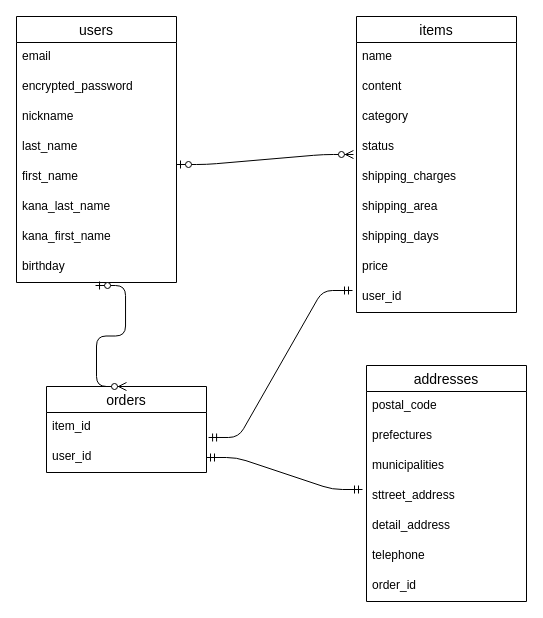
Above: ER.dio in yuki1567/furima-36889 (draw.io), before the change. Source tidied: cells renumbered, new cells numbered last; positions are measured from the earlier drawing's top-left corner, leaving out a move shared by most shapes. Both pictures are drawn from the tidied source at 100%, with x=0, y=0 at pixel (16, 16).
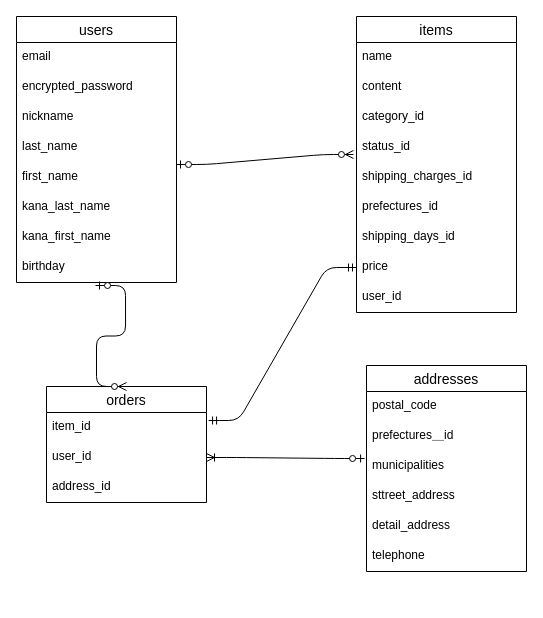
The same page after the edit.

Commit message (it also covers changes not shown here):
ER図とデータベース設計の修正

Unchanged cells that the change refers to:
```xml
<mxCell id="3" value="item_id" style="text;strokeColor=none;fillColor=none;spacingLeft=4;spacingRight=4;overflow=hidden;points=[[0,0.5],[1,0.5]];portConstraint=eastwest;fontSize=12;" parent="2" vertex="1">
  <mxGeometry y="26" width="160" height="30" as="geometry" />
</mxCell>
<mxCell id="4" value="user_id" style="text;strokeColor=none;fillColor=none;spacingLeft=4;spacingRight=4;overflow=hidden;points=[[0,0.5],[1,0.5]];portConstraint=eastwest;fontSize=12;" parent="2" vertex="1">
  <mxGeometry y="56" width="160" height="30" as="geometry" />
</mxCell>
<mxCell id="17" value="municipalities" style="text;strokeColor=none;fillColor=none;spacingLeft=4;spacingRight=4;overflow=hidden;points=[[0,0.5],[1,0.5]];portConstraint=eastwest;fontSize=12;" parent="14" vertex="1">
  <mxGeometry y="86" width="160" height="30" as="geometry" />
</mxCell>
<mxCell id="18" value="sttreet_address" style="text;strokeColor=none;fillColor=none;spacingLeft=4;spacingRight=4;overflow=hidden;points=[[0,0.5],[1,0.5]];portConstraint=eastwest;fontSize=12;" parent="14" vertex="1">
  <mxGeometry y="116" width="160" height="30" as="geometry" />
</mxCell>
<mxCell id="22" value="items" style="swimlane;fontStyle=0;horizontal=1;startSize=26;align=center;fontSize=14;" parent="1" vertex="1">
  <mxGeometry x="340" width="160" height="296" as="geometry" />
</mxCell>
<mxCell id="30" value="price" style="text;strokeColor=none;fillColor=none;spacingLeft=4;spacingRight=4;overflow=hidden;points=[[0,0.5],[1,0.5]];portConstraint=eastwest;fontSize=12;" parent="22" vertex="1">
  <mxGeometry y="236" width="160" height="30" as="geometry" />
</mxCell>
<mxCell id="31" value="user_id" style="text;strokeColor=none;fillColor=none;spacingLeft=4;spacingRight=4;overflow=hidden;points=[[0,0.5],[1,0.5]];portConstraint=eastwest;fontSize=12;" parent="22" vertex="1">
  <mxGeometry y="266" width="160" height="30" as="geometry" />
</mxCell>
```

Diff of the diagram source:
```diff
@@
     <mxCell id="2" value="orders" style="swimlane;fontStyle=0;horizontal=1;startSize=26;align=center;fontSize=14;" parent="1" vertex="1">
-      <mxGeometry x="30" y="370" width="160" height="86" as="geometry" />
+      <mxGeometry x="30" y="370" width="160" height="116" as="geometry" />
     </mxCell>
@@
+    <mxCell id="36" value="address_id" style="text;strokeColor=none;fillColor=none;spacingLeft=4;spacingRight=4;overflow=hidden;fontSize=12;" parent="2" vertex="1">
+      <mxGeometry y="86" width="160" height="30" as="geometry" />
+    </mxCell>
@@
     <mxCell id="14" value="addresses" style="swimlane;fontStyle=0;horizontal=1;startSize=26;align=center;fontSize=14;" parent="1" vertex="1">
-      <mxGeometry x="350" y="349" width="160" height="236" as="geometry" />
+      <mxGeometry x="350" y="349" width="160" height="206" as="geometry" />
     </mxCell>
@@
-    <mxCell id="16" value="prefectures" style="text;strokeColor=none;fillColor=none;spacingLeft=4;spacingRight=4;overflow=hidden;fontSize=12;" parent="14" vertex="1">
+    <mxCell id="16" value="prefectures＿id&#10;" style="text;strokeColor=none;fillColor=none;spacingLeft=4;spacingRight=4;overflow=hidden;fontSize=12;" parent="14" vertex="1">
       <mxGeometry y="56" width="160" height="30" as="geometry" />
     </mxCell>
@@
-    <mxCell id="21" value="order_id&#10;" style="text;strokeColor=none;fillColor=none;spacingLeft=4;spacingRight=4;overflow=hidden;fontSize=12;" parent="14" vertex="1">
-      <mxGeometry y="206" width="160" height="30" as="geometry" />
-    </mxCell>
@@
-    <mxCell id="25" value="category" style="text;strokeColor=none;fillColor=none;spacingLeft=4;spacingRight=4;overflow=hidden;fontSize=12;" parent="22" vertex="1">
+    <mxCell id="25" value="category_id" style="text;strokeColor=none;fillColor=none;spacingLeft=4;spacingRight=4;overflow=hidden;fontSize=12;" parent="22" vertex="1">
       <mxGeometry y="86" width="160" height="30" as="geometry" />
     </mxCell>
-    <mxCell id="26" value="status" style="text;strokeColor=none;fillColor=none;spacingLeft=4;spacingRight=4;overflow=hidden;points=[[0,0.5],[1,0.5]];portConstraint=eastwest;fontSize=12;" parent="22" vertex="1">
+    <mxCell id="26" value="status_id" style="text;strokeColor=none;fillColor=none;spacingLeft=4;spacingRight=4;overflow=hidden;points=[[0,0.5],[1,0.5]];portConstraint=eastwest;fontSize=12;" parent="22" vertex="1">
       <mxGeometry y="116" width="160" height="30" as="geometry" />
     </mxCell>
-    <mxCell id="27" value="shipping_charges" style="text;strokeColor=none;fillColor=none;spacingLeft=4;spacingRight=4;overflow=hidden;fontSize=12;" parent="22" vertex="1">
+    <mxCell id="27" value="shipping_charges_id" style="text;strokeColor=none;fillColor=none;spacingLeft=4;spacingRight=4;overflow=hidden;fontSize=12;" parent="22" vertex="1">
       <mxGeometry y="146" width="160" height="30" as="geometry" />
     </mxCell>
-    <mxCell id="28" value="shipping_area" style="text;strokeColor=none;fillColor=none;spacingLeft=4;spacingRight=4;overflow=hidden;fontSize=12;" parent="22" vertex="1">
-      <mxGeometry y="176" width="160" height="30" as="geometry" />
-    </mxCell>
-    <mxCell id="29" value="shipping_days" style="text;strokeColor=none;fillColor=none;spacingLeft=4;spacingRight=4;overflow=hidden;fontSize=12;" parent="22" vertex="1">
-      <mxGeometry y="206" width="160" height="30" as="geometry" />
-    </mxCell>
+    <mxCell id="37" value="prefectures_id" style="text;strokeColor=none;fillColor=none;spacingLeft=4;spacingRight=4;overflow=hidden;fontSize=12;" parent="22" vertex="1">
+      <mxGeometry y="176" width="160" height="30" as="geometry" />
+    </mxCell>
+    <mxCell id="38" value="shipping_days_id" style="text;strokeColor=none;fillColor=none;spacingLeft=4;spacingRight=4;overflow=hidden;fontSize=12;" parent="22" vertex="1">
+      <mxGeometry y="206" width="160" height="30" as="geometry" />
+    </mxCell>
@@
-    <mxCell id="34" style="edgeStyle=entityRelationEdgeStyle;fontSize=12;html=1;endArrow=ERmandOne;startArrow=ERmandOne;entryX=-0.025;entryY=0.267;entryDx=0;entryDy=0;entryPerimeter=0;exitX=1.013;exitY=0.833;exitDx=0;exitDy=0;exitPerimeter=0;" parent="1" edge="1" source="3" target="31">
-      <mxGeometry relative="1" as="geometry" />
-    </mxCell>
-    <mxCell id="35" style="edgeStyle=entityRelationEdgeStyle;fontSize=12;html=1;endArrow=ERmandOne;startArrow=ERmandOne;exitX=1;exitY=0.5;exitDx=0;exitDy=0;entryX=-0.025;entryY=0.267;entryDx=0;entryDy=0;entryPerimeter=0;" parent="1" edge="1" source="4" target="18">
-      <mxGeometry relative="1" as="geometry" />
-    </mxCell>
+    <mxCell id="39" style="edgeStyle=entityRelationEdgeStyle;fontSize=12;html=1;endArrow=ERoneToMany;startArrow=ERzeroToOne;entryX=1;entryY=0.5;entryDx=0;entryDy=0;exitX=-0.012;exitY=0.233;exitDx=0;exitDy=0;exitPerimeter=0;" parent="1" edge="1" source="17" target="4">
+      <mxGeometry relative="1" as="geometry" />
+    </mxCell>
+    <mxCell id="40" style="edgeStyle=entityRelationEdgeStyle;fontSize=12;html=1;endArrow=ERmandOne;startArrow=ERmandOne;exitX=1.013;exitY=0.267;exitDx=0;exitDy=0;exitPerimeter=0;entryX=0;entryY=0.5;entryDx=0;entryDy=0;" parent="1" edge="1" source="3" target="30">
+      <mxGeometry relative="1" as="geometry" />
+    </mxCell>
```
